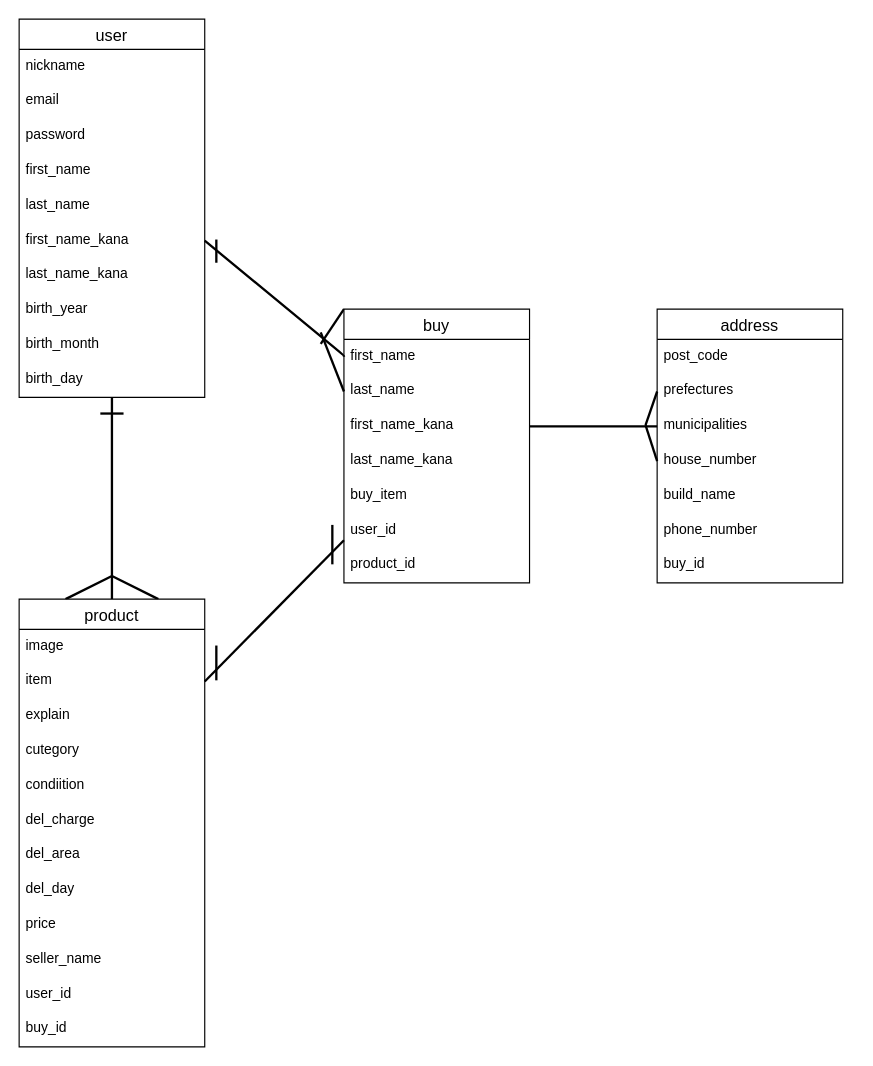
This is ER.dio from asamoto1983/furima-38269, a draw.io file, before an edit. Source tidied: cells renumbered, new cells numbered last; positions are measured from the earlier drawing's top-left corner, leaving out a move shared by most shapes. Both pictures are drawn from the tidied source at 116%, with x=0, y=0 at pixel (19, 19).
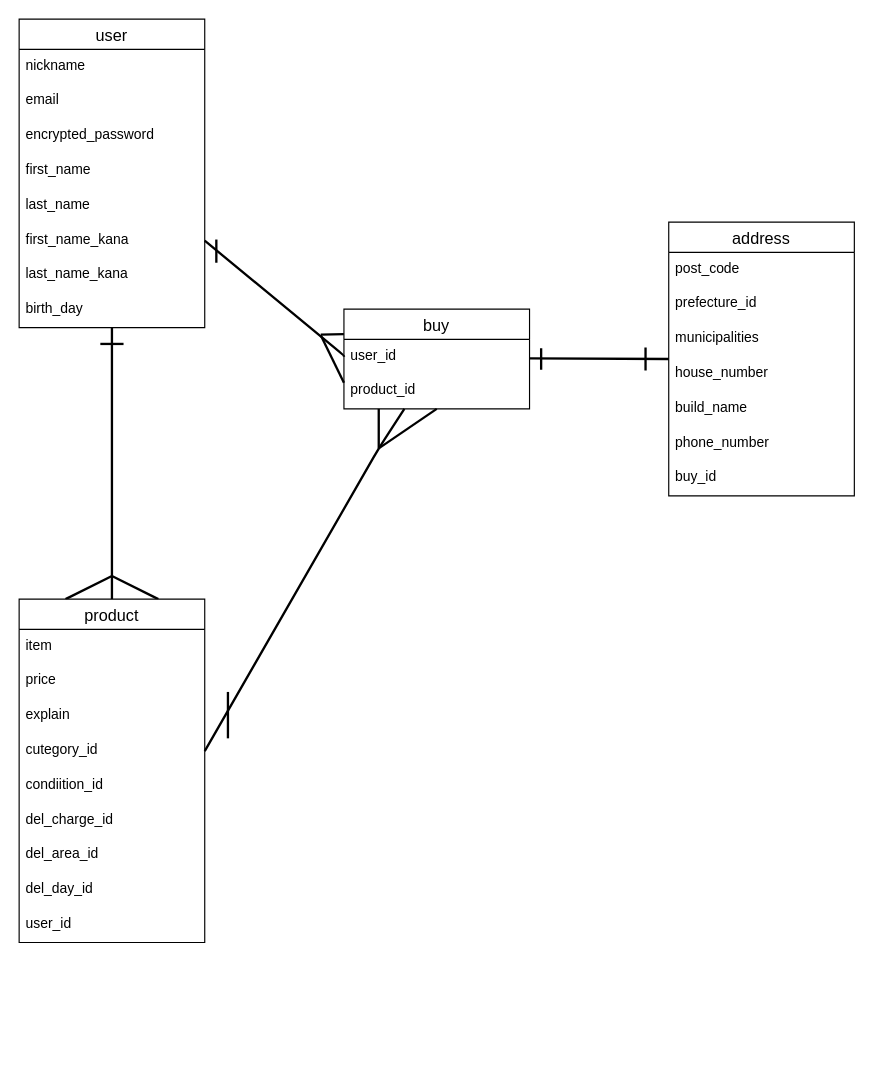
The same diagram, later.

Commit message (it also covers changes not shown here):
データベース設計の修正

Unchanged cells that the change refers to:
```xml
<mxCell id="9" value="first_name_kana" style="text;strokeColor=none;fillColor=none;spacingLeft=4;spacingRight=4;overflow=hidden;points=[[0,0.5],[1,0.5]];portConstraint=eastwest;fontSize=12;" parent="3" vertex="1">
  <mxGeometry y="176" width="160" height="30" as="geometry" />
</mxCell>
<mxCell id="42" value="municipalities" style="text;strokeColor=none;fillColor=none;spacingLeft=4;spacingRight=4;overflow=hidden;points=[[0,0.5],[1,0.5]];portConstraint=eastwest;fontSize=12;" parent="39" vertex="1">
  <mxGeometry y="86" width="160" height="30" as="geometry" />
</mxCell>
<mxCell id="43" value="house_number" style="text;strokeColor=none;fillColor=none;spacingLeft=4;spacingRight=4;overflow=hidden;points=[[0,0.5],[1,0.5]];portConstraint=eastwest;fontSize=12;" parent="39" vertex="1">
  <mxGeometry y="116" width="160" height="30" as="geometry" />
</mxCell>
```

Diff of the diagram source:
```diff
@@
     <mxCell id="3" value="user" style="swimlane;fontStyle=0;horizontal=1;startSize=26;align=center;fontSize=14;" parent="1" vertex="1">
-      <mxGeometry width="160" height="326" as="geometry" />
+      <mxGeometry width="160" height="266" as="geometry" />
     </mxCell>
@@
-    <mxCell id="6" value="password" style="text;strokeColor=none;fillColor=none;spacingLeft=4;spacingRight=4;overflow=hidden;fontSize=12;" parent="3" vertex="1">
+    <mxCell id="6" value="encrypted_password" style="text;strokeColor=none;fillColor=none;spacingLeft=4;spacingRight=4;overflow=hidden;fontSize=12;" parent="3" vertex="1">
       <mxGeometry y="86" width="160" height="30" as="geometry" />
     </mxCell>
@@
-    <mxCell id="11" value="birth_year" style="text;strokeColor=none;fillColor=none;spacingLeft=4;spacingRight=4;overflow=hidden;fontSize=12;" parent="3" vertex="1">
-      <mxGeometry y="236" width="160" height="30" as="geometry" />
-    </mxCell>
-    <mxCell id="12" value="birth_month" style="text;strokeColor=none;fillColor=none;spacingLeft=4;spacingRight=4;overflow=hidden;fontSize=12;" parent="3" vertex="1">
-      <mxGeometry y="266" width="160" height="30" as="geometry" />
-    </mxCell>
     <mxCell id="13" value="birth_day&#10;" style="text;strokeColor=none;fillColor=none;spacingLeft=4;spacingRight=4;overflow=hidden;fontSize=12;" parent="3" vertex="1">
-      <mxGeometry y="296" width="160" height="30" as="geometry" />
+      <mxGeometry y="236" width="160" height="30" as="geometry" />
     </mxCell>
@@
     <mxCell id="16" value="product" style="swimlane;fontStyle=0;horizontal=1;startSize=26;align=center;fontSize=14;" parent="1" vertex="1">
-      <mxGeometry y="500" width="160" height="386" as="geometry" />
+      <mxGeometry y="500" width="160" height="296" as="geometry" />
     </mxCell>
-    <mxCell id="17" value="image" style="text;strokeColor=none;fillColor=none;spacingLeft=4;spacingRight=4;overflow=hidden;fontSize=12;" parent="16" vertex="1">
-      <mxGeometry y="26" width="160" height="30" as="geometry" />
-    </mxCell>
-    <mxCell id="18" value="item" style="text;strokeColor=none;fillColor=none;spacingLeft=4;spacingRight=4;overflow=hidden;points=[[0,0.5],[1,0.5]];portConstraint=eastwest;fontSize=12;" parent="16" vertex="1">
-      <mxGeometry y="56" width="160" height="30" as="geometry" />
-    </mxCell>
+    <mxCell id="25" value="item" style="text;strokeColor=none;fillColor=none;spacingLeft=4;spacingRight=4;overflow=hidden;fontSize=12;" parent="16" vertex="1">
+      <mxGeometry y="26" width="160" height="30" as="geometry" />
+    </mxCell>
+    <mxCell id="28" value="price" style="text;strokeColor=none;fillColor=none;spacingLeft=4;spacingRight=4;overflow=hidden;fontSize=12;" parent="16" vertex="1">
+      <mxGeometry y="56" width="160" height="30" as="geometry" />
+    </mxCell>
@@
-    <mxCell id="20" value="cutegory" style="text;strokeColor=none;fillColor=none;spacingLeft=4;spacingRight=4;overflow=hidden;fontSize=12;" parent="16" vertex="1">
+    <mxCell id="20" value="cutegory_id" style="text;strokeColor=none;fillColor=none;spacingLeft=4;spacingRight=4;overflow=hidden;fontSize=12;" parent="16" vertex="1">
       <mxGeometry y="116" width="160" height="30" as="geometry" />
     </mxCell>
-    <mxCell id="21" value="condiition" style="text;strokeColor=none;fillColor=none;spacingLeft=4;spacingRight=4;overflow=hidden;fontSize=12;" parent="16" vertex="1">
+    <mxCell id="21" value="condiition_id" style="text;strokeColor=none;fillColor=none;spacingLeft=4;spacingRight=4;overflow=hidden;fontSize=12;" parent="16" vertex="1">
       <mxGeometry y="146" width="160" height="30" as="geometry" />
     </mxCell>
-    <mxCell id="22" value="del_charge" style="text;strokeColor=none;fillColor=none;spacingLeft=4;spacingRight=4;overflow=hidden;fontSize=12;" parent="16" vertex="1">
+    <mxCell id="22" value="del_charge_id" style="text;strokeColor=none;fillColor=none;spacingLeft=4;spacingRight=4;overflow=hidden;fontSize=12;" parent="16" vertex="1">
       <mxGeometry y="176" width="160" height="30" as="geometry" />
     </mxCell>
-    <mxCell id="23" value="del_area" style="text;strokeColor=none;fillColor=none;spacingLeft=4;spacingRight=4;overflow=hidden;fontSize=12;" parent="16" vertex="1">
+    <mxCell id="23" value="del_area_id" style="text;strokeColor=none;fillColor=none;spacingLeft=4;spacingRight=4;overflow=hidden;fontSize=12;" parent="16" vertex="1">
       <mxGeometry y="206" width="160" height="30" as="geometry" />
     </mxCell>
-    <mxCell id="24" value="del_day" style="text;strokeColor=none;fillColor=none;spacingLeft=4;spacingRight=4;overflow=hidden;fontSize=12;" parent="16" vertex="1">
+    <mxCell id="24" value="del_day_id&#10;" style="text;strokeColor=none;fillColor=none;spacingLeft=4;spacingRight=4;overflow=hidden;fontSize=12;" parent="16" vertex="1">
       <mxGeometry y="236" width="160" height="30" as="geometry" />
     </mxCell>
-    <mxCell id="25" value="price" style="text;strokeColor=none;fillColor=none;spacingLeft=4;spacingRight=4;overflow=hidden;fontSize=12;" parent="16" vertex="1">
-      <mxGeometry y="266" width="160" height="30" as="geometry" />
-    </mxCell>
-    <mxCell id="26" value="seller_name" style="text;strokeColor=none;fillColor=none;spacingLeft=4;spacingRight=4;overflow=hidden;fontSize=12;" parent="16" vertex="1">
-      <mxGeometry y="296" width="160" height="30" as="geometry" />
-    </mxCell>
     <mxCell id="27" value="user_id" style="text;strokeColor=none;fillColor=none;spacingLeft=4;spacingRight=4;overflow=hidden;fontSize=12;" parent="16" vertex="1">
-      <mxGeometry y="326" width="160" height="30" as="geometry" />
+      <mxGeometry y="266" width="160" height="30" as="geometry" />
     </mxCell>
-    <mxCell id="28" value="buy_id" style="text;strokeColor=none;fillColor=none;spacingLeft=4;spacingRight=4;overflow=hidden;fontSize=12;" parent="16" vertex="1">
-      <mxGeometry y="356" width="160" height="30" as="geometry" />
-    </mxCell>
-    <mxCell id="29" style="edgeStyle=none;html=1;exitX=0;exitY=0;exitDx=0;exitDy=0;endArrow=none;endFill=0;strokeColor=default;strokeWidth=2;" parent="1" edge="1" source="31">
-      <mxGeometry relative="1" as="geometry">
-        <mxPoint x="260" y="280" as="targetPoint" />
-      </mxGeometry>
-    </mxCell>
-    <mxCell id="30" style="edgeStyle=none;html=1;endArrow=none;endFill=0;strokeColor=default;strokeWidth=2;entryX=1;entryY=0.5;entryDx=0;entryDy=0;" parent="1" edge="1" source="31" target="18">
-      <mxGeometry relative="1" as="geometry" />
+    <mxCell id="30" style="edgeStyle=none;html=1;endArrow=none;endFill=0;strokeColor=default;strokeWidth=2;entryX=1;entryY=0.5;entryDx=0;entryDy=0;" parent="1" edge="1" source="31">
+      <mxGeometry relative="1" as="geometry">
+        <mxPoint x="160" y="631" as="targetPoint" />
+        <Array as="points">
+          <mxPoint x="310" y="370" />
+        </Array>
+      </mxGeometry>
     </mxCell>
+    <mxCell id="56" style="edgeStyle=none;html=1;exitX=0;exitY=0.25;exitDx=0;exitDy=0;endArrow=none;endFill=0;strokeWidth=2;" parent="1" edge="1" source="31">
+      <mxGeometry relative="1" as="geometry">
+        <mxPoint x="260" y="272" as="targetPoint" />
+      </mxGeometry>
+    </mxCell>
     <mxCell id="31" value="buy" style="swimlane;fontStyle=0;horizontal=1;startSize=26;align=center;fontSize=14;" parent="1" vertex="1">
-      <mxGeometry x="280" y="250" width="160" height="236" as="geometry" />
+      <mxGeometry x="280" y="250" width="160" height="86" as="geometry" />
     </mxCell>
-    <mxCell id="32" value="first_name" style="text;strokeColor=none;fillColor=none;spacingLeft=4;spacingRight=4;overflow=hidden;points=[[0,0.5],[1,0.5]];portConstraint=eastwest;fontSize=12;" parent="31" vertex="1">
-      <mxGeometry y="26" width="160" height="30" as="geometry" />
-    </mxCell>
-    <mxCell id="33" value="last_name" style="text;strokeColor=none;fillColor=none;spacingLeft=4;spacingRight=4;overflow=hidden;points=[[0,0.5],[1,0.5]];portConstraint=eastwest;fontSize=12;" parent="31" vertex="1">
-      <mxGeometry y="56" width="160" height="30" as="geometry" />
-    </mxCell>
-    <mxCell id="34" value="first_name_kana" style="text;strokeColor=none;fillColor=none;spacingLeft=4;spacingRight=4;overflow=hidden;points=[[0,0.5],[1,0.5]];portConstraint=eastwest;fontSize=12;" parent="31" vertex="1">
-      <mxGeometry y="86" width="160" height="30" as="geometry" />
-    </mxCell>
-    <mxCell id="35" value="last_name_kana" style="text;strokeColor=none;fillColor=none;spacingLeft=4;spacingRight=4;overflow=hidden;fontSize=12;" parent="31" vertex="1">
-      <mxGeometry y="116" width="160" height="30" as="geometry" />
-    </mxCell>
-    <mxCell id="36" value="buy_item&#10;" style="text;strokeColor=none;fillColor=none;spacingLeft=4;spacingRight=4;overflow=hidden;fontSize=12;" parent="31" vertex="1">
-      <mxGeometry y="146" width="160" height="30" as="geometry" />
-    </mxCell>
     <mxCell id="37" value="user_id" style="text;strokeColor=none;fillColor=none;spacingLeft=4;spacingRight=4;overflow=hidden;fontSize=12;" parent="31" vertex="1">
-      <mxGeometry y="176" width="160" height="30" as="geometry" />
+      <mxGeometry y="26" width="160" height="30" as="geometry" />
     </mxCell>
     <mxCell id="38" value="product_id" style="text;strokeColor=none;fillColor=none;spacingLeft=4;spacingRight=4;overflow=hidden;fontSize=12;" parent="31" vertex="1">
-      <mxGeometry y="206" width="160" height="30" as="geometry" />
+      <mxGeometry y="56" width="160" height="30" as="geometry" />
     </mxCell>
     <mxCell id="39" value="address" style="swimlane;fontStyle=0;horizontal=1;startSize=26;align=center;fontSize=14;" parent="1" vertex="1">
-      <mxGeometry x="550" y="250" width="160" height="236" as="geometry" />
+      <mxGeometry x="560" y="175" width="160" height="236" as="geometry" />
     </mxCell>
@@
-    <mxCell id="41" value="prefectures" style="text;strokeColor=none;fillColor=none;spacingLeft=4;spacingRight=4;overflow=hidden;points=[[0,0.5],[1,0.5]];portConstraint=eastwest;fontSize=12;" parent="39" vertex="1">
+    <mxCell id="41" value="prefecture_id" style="text;strokeColor=none;fillColor=none;spacingLeft=4;spacingRight=4;overflow=hidden;points=[[0,0.5],[1,0.5]];portConstraint=eastwest;fontSize=12;" parent="39" vertex="1">
       <mxGeometry y="56" width="160" height="30" as="geometry" />
     </mxCell>
@@
     <mxCell id="47" style="endArrow=none;html=1;rounded=0;strokeColor=default;strokeWidth=2;" parent="1" edge="1">
       <mxGeometry relative="1" as="geometry">
-        <mxPoint x="70" y="340" as="sourcePoint" />
-        <mxPoint x="90" y="340" as="targetPoint" />
+        <mxPoint x="70" y="280" as="sourcePoint" />
+        <mxPoint x="90" y="280" as="targetPoint" />
       </mxGeometry>
     </mxCell>
-    <mxCell id="48" style="edgeStyle=none;html=1;exitX=0;exitY=0.5;exitDx=0;exitDy=0;entryX=1;entryY=0.5;entryDx=0;entryDy=0;endArrow=none;endFill=0;strokeColor=default;strokeWidth=2;" parent="1" edge="1" source="32" target="9">
+    <mxCell id="48" style="edgeStyle=none;html=1;exitX=0;exitY=0.5;exitDx=0;exitDy=0;entryX=1;entryY=0.5;entryDx=0;entryDy=0;endArrow=none;endFill=0;strokeColor=default;strokeWidth=2;" parent="1" edge="1" target="9">
       <mxGeometry relative="1" as="geometry">
+        <mxPoint x="280" y="291" as="sourcePoint" />
         <Array as="points">
           <mxPoint x="280" y="290" />
         </Array>
       </mxGeometry>
     </mxCell>
-    <mxCell id="49" style="edgeStyle=none;html=1;exitX=0;exitY=0.5;exitDx=0;exitDy=0;endArrow=none;endFill=0;strokeColor=default;strokeWidth=2;" parent="1" edge="1" source="33">
+    <mxCell id="49" style="edgeStyle=none;html=1;exitX=0;exitY=0.5;exitDx=0;exitDy=0;endArrow=none;endFill=0;strokeColor=default;strokeWidth=2;" parent="1" edge="1">
       <mxGeometry relative="1" as="geometry">
-        <mxPoint x="260" y="270" as="targetPoint" />
+        <mxPoint x="280" y="313.5" as="sourcePoint" />
+        <mxPoint x="260" y="272.5" as="targetPoint" />
       </mxGeometry>
     </mxCell>
@@
     <mxCell id="51" style="endArrow=none;html=1;rounded=0;strokeColor=default;strokeWidth=2;" parent="1" edge="1">
       <mxGeometry relative="1" as="geometry">
-        <mxPoint x="270" y="470" as="sourcePoint" />
-        <mxPoint x="270" y="436" as="targetPoint" />
+        <mxPoint x="310" y="370" as="sourcePoint" />
+        <mxPoint x="310" y="336" as="targetPoint" />
       </mxGeometry>
     </mxCell>
-    <mxCell id="52" style="endArrow=none;html=1;rounded=0;strokeColor=default;strokeWidth=2;" parent="1" edge="1">
-      <mxGeometry relative="1" as="geometry">
-        <mxPoint x="170" y="570" as="sourcePoint" />
-        <mxPoint x="170" y="540" as="targetPoint" />
-        <Array as="points">
-          <mxPoint x="170" y="550" />
-        </Array>
-      </mxGeometry>
-    </mxCell>
-    <mxCell id="53" style="edgeStyle=none;html=1;exitX=1;exitY=0.5;exitDx=0;exitDy=0;entryX=0;entryY=0.5;entryDx=0;entryDy=0;endArrow=none;endFill=0;strokeColor=default;strokeWidth=2;" parent="1" edge="1" source="34" target="42">
-      <mxGeometry relative="1" as="geometry">
-        <Array as="points">
-          <mxPoint x="540" y="351" />
-        </Array>
-      </mxGeometry>
-    </mxCell>
-    <mxCell id="54" style="edgeStyle=none;html=1;exitX=0;exitY=0.5;exitDx=0;exitDy=0;endArrow=none;endFill=0;strokeColor=default;strokeWidth=2;" parent="1" edge="1" source="41">
-      <mxGeometry relative="1" as="geometry">
-        <mxPoint x="540" y="350" as="targetPoint" />
-      </mxGeometry>
-    </mxCell>
-    <mxCell id="55" style="edgeStyle=none;html=1;exitX=0;exitY=0.5;exitDx=0;exitDy=0;endArrow=none;endFill=0;strokeColor=default;strokeWidth=2;" parent="1" edge="1" source="43">
-      <mxGeometry relative="1" as="geometry">
-        <mxPoint x="540" y="350" as="targetPoint" />
-      </mxGeometry>
-    </mxCell>
+    <mxCell id="57" style="endArrow=none;html=1;rounded=0;strokeColor=default;strokeWidth=2;" parent="1" edge="1">
+      <mxGeometry relative="1" as="geometry">
+        <mxPoint x="310" y="370" as="sourcePoint" />
+        <mxPoint x="360" y="336" as="targetPoint" />
+      </mxGeometry>
+    </mxCell>
+    <mxCell id="58" style="endArrow=none;html=1;rounded=0;strokeColor=default;strokeWidth=2;" parent="1" edge="1">
+      <mxGeometry relative="1" as="geometry">
+        <mxPoint x="440" y="292.5" as="sourcePoint" />
+        <mxPoint x="560" y="293" as="targetPoint" />
+        <Array as="points">
+          <mxPoint x="440" y="292.5" />
+        </Array>
+      </mxGeometry>
+    </mxCell>
+    <mxCell id="59" style="endArrow=none;html=1;rounded=0;strokeColor=default;strokeWidth=2;" parent="1" edge="1">
+      <mxGeometry relative="1" as="geometry">
+        <mxPoint x="180" y="580" as="sourcePoint" />
+        <mxPoint x="180" y="620" as="targetPoint" />
+      </mxGeometry>
+    </mxCell>
+    <mxCell id="60" style="endArrow=none;html=1;rounded=0;strokeColor=default;strokeWidth=2;" parent="1" edge="1">
+      <mxGeometry relative="1" as="geometry">
+        <mxPoint x="450" y="302.2" as="sourcePoint" />
+        <mxPoint x="450" y="293.8" as="targetPoint" />
+        <Array as="points">
+          <mxPoint x="450" y="283.8" />
+        </Array>
+      </mxGeometry>
+    </mxCell>
+    <mxCell id="61" style="endArrow=none;html=1;rounded=0;strokeColor=default;strokeWidth=2;" parent="1" edge="1">
+      <mxGeometry relative="1" as="geometry">
+        <mxPoint x="540" y="293" as="sourcePoint" />
+        <mxPoint x="540" y="283" as="targetPoint" />
+        <Array as="points">
+          <mxPoint x="540" y="303" />
+        </Array>
+      </mxGeometry>
+    </mxCell>
```
